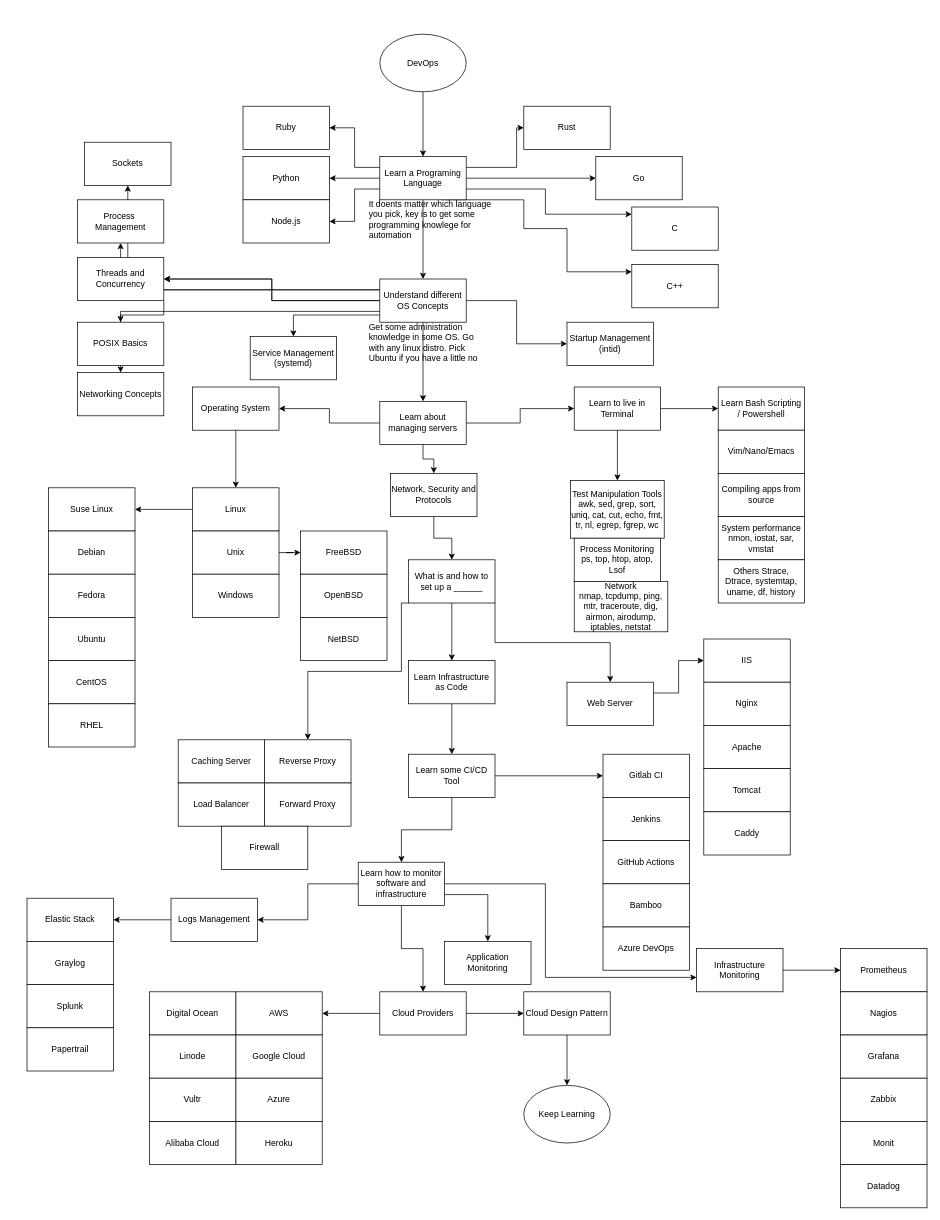
jibonilla03/DrawIO keeps this draw.io diagram as Untitled Diagram.drawio. Above is the earlier version. Source tidied: cells renumbered, new cells numbered last; positions are measured from the earlier drawing's top-left corner, leaving out a move shared by most shapes. Both pictures are drawn from the tidied source at 72%, with x=0, y=0 at pixel (27, 34).
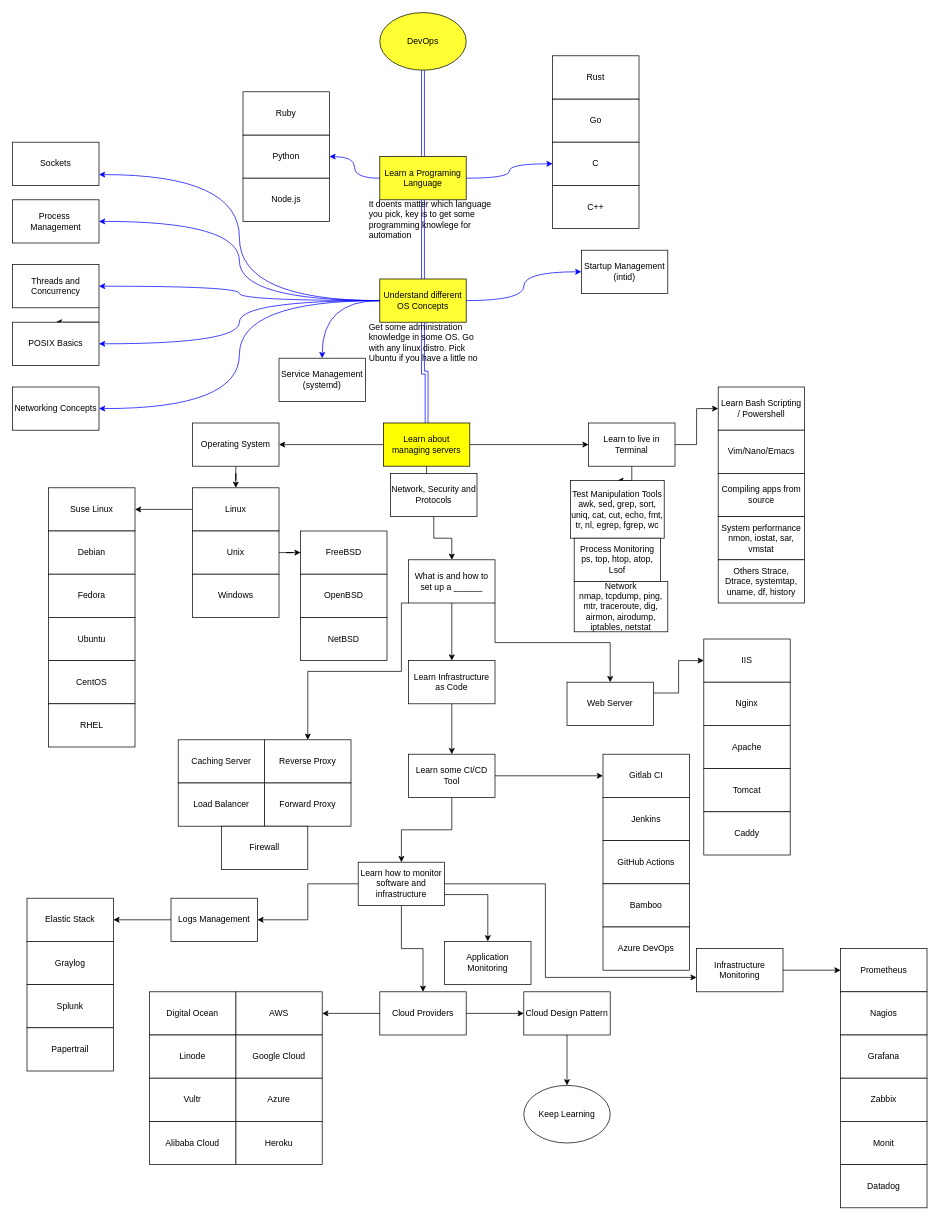
After the change.

The edit, as a diff of the source:
```diff
@@
-    <mxCell id="2" style="edgeStyle=orthogonalEdgeStyle;rounded=0;jettySize=auto;html=1;" parent="1" edge="1" source="3" target="12">
+    <mxCell id="2" style="edgeStyle=orthogonalEdgeStyle;rounded=0;jettySize=auto;html=1;strokeColor=#0000FF;shape=link;curved=1;" parent="1" edge="1" source="3" target="12">
       <mxGeometry relative="1" as="geometry" />
     </mxCell>
-    <mxCell id="3" value="DevOps" style="ellipse;whiteSpace=wrap;html=1;" parent="1" vertex="1">
-      <mxGeometry x="490" width="120" height="80" as="geometry" />
+    <mxCell id="3" value="DevOps" style="ellipse;whiteSpace=wrap;html=1;fillColor=#FFFF33;" parent="1" vertex="1">
+      <mxGeometry x="490" y="-30" width="120" height="80" as="geometry" />
     </mxCell>
-    <mxCell id="4" style="edgeStyle=orthogonalEdgeStyle;rounded=0;jettySize=auto;html=1;" parent="1" edge="1" source="12" target="21">
+    <mxCell id="4" style="edgeStyle=orthogonalEdgeStyle;rounded=0;jettySize=auto;html=1;strokeColor=#0000FF;shape=link;curved=1;" parent="1" edge="1" source="12" target="21">
       <mxGeometry relative="1" as="geometry" />
     </mxCell>
-    <mxCell id="5" style="edgeStyle=orthogonalEdgeStyle;rounded=0;jettySize=auto;html=1;" parent="1" edge="1" source="12" target="58">
+    <mxCell id="5" style="edgeStyle=orthogonalEdgeStyle;rounded=0;jettySize=auto;html=1;strokeColor=#0000FF;curved=1;" parent="1" edge="1" source="12" target="58">
       <mxGeometry relative="1" as="geometry" />
     </mxCell>
-    <mxCell id="6" style="edgeStyle=orthogonalEdgeStyle;rounded=0;jettySize=auto;html=1;exitX=0;exitY=0.25;exitDx=0;exitDy=0;entryX=1;entryY=0.5;entryDx=0;entryDy=0;" parent="1" edge="1" source="12" target="59">
-      <mxGeometry relative="1" as="geometry" />
-    </mxCell>
-    <mxCell id="7" style="edgeStyle=orthogonalEdgeStyle;rounded=0;jettySize=auto;html=1;exitX=0;exitY=0.75;exitDx=0;exitDy=0;" parent="1" edge="1" source="12" target="60">
-      <mxGeometry relative="1" as="geometry" />
-    </mxCell>
-    <mxCell id="8" style="edgeStyle=orthogonalEdgeStyle;rounded=0;jettySize=auto;html=1;" parent="1" edge="1" source="12" target="61">
+    <mxCell id="8" style="edgeStyle=orthogonalEdgeStyle;rounded=0;jettySize=auto;html=1;entryX=0;entryY=0.5;entryDx=0;entryDy=0;strokeColor=#0000FF;curved=1;" parent="1" edge="1" source="12" target="63">
       <mxGeometry relative="1" as="geometry" />
     </mxCell>
-    <mxCell id="9" style="edgeStyle=orthogonalEdgeStyle;rounded=0;jettySize=auto;html=1;exitX=1;exitY=0.25;exitDx=0;exitDy=0;" parent="1" edge="1" source="12" target="62">
-      <mxGeometry relative="1" as="geometry">
-        <Array as="points">
-          <mxPoint x="680" y="185" />
-          <mxPoint x="680" y="130" />
-        </Array>
-      </mxGeometry>
-    </mxCell>
-    <mxCell id="10" style="edgeStyle=orthogonalEdgeStyle;rounded=0;jettySize=auto;html=1;exitX=1;exitY=0.75;exitDx=0;exitDy=0;" parent="1" edge="1" source="12" target="63">
-      <mxGeometry relative="1" as="geometry">
-        <Array as="points">
-          <mxPoint x="720" y="215" />
-          <mxPoint x="720" y="250" />
-        </Array>
-      </mxGeometry>
-    </mxCell>
-    <mxCell id="11" style="edgeStyle=orthogonalEdgeStyle;rounded=0;jettySize=auto;html=1;exitX=0.75;exitY=1;exitDx=0;exitDy=0;" parent="1" edge="1" source="12" target="64">
-      <mxGeometry relative="1" as="geometry">
-        <Array as="points">
-          <mxPoint x="690" y="230" />
-          <mxPoint x="690" y="270" />
-          <mxPoint x="750" y="270" />
-          <mxPoint x="750" y="330" />
-        </Array>
-      </mxGeometry>
-    </mxCell>
-    <mxCell id="12" value="Learn a Programing Language" style="whiteSpace=wrap;html=1;" parent="1" vertex="1">
+    <mxCell id="12" value="Learn a Programing Language" style="whiteSpace=wrap;html=1;fillColor=#FFFF33;" parent="1" vertex="1">
       <mxGeometry x="490" y="170" width="120" height="60" as="geometry" />
     </mxCell>
-    <mxCell id="13" style="edgeStyle=orthogonalEdgeStyle;rounded=0;jettySize=auto;html=1;" parent="1" edge="1" source="21" target="25">
+    <mxCell id="13" style="edgeStyle=orthogonalEdgeStyle;rounded=0;jettySize=auto;html=1;strokeColor=#0000FF;shape=link;" parent="1" edge="1" source="21" target="25">
       <mxGeometry relative="1" as="geometry" />
     </mxCell>
-    <mxCell id="14" style="edgeStyle=orthogonalEdgeStyle;rounded=0;jettySize=auto;html=1;" parent="1" edge="1" source="21" target="65">
+    <mxCell id="14" style="edgeStyle=orthogonalEdgeStyle;rounded=0;jettySize=auto;html=1;curved=1;strokeColor=#0000FF;" parent="1" edge="1" source="21" target="65">
       <mxGeometry relative="1" as="geometry" />
     </mxCell>
-    <mxCell id="15" style="edgeStyle=orthogonalEdgeStyle;rounded=0;jettySize=auto;html=1;" parent="1" edge="1" source="21" target="66">
-      <mxGeometry relative="1" as="geometry">
-        <Array as="points">
-          <mxPoint x="370" y="390" />
-        </Array>
-      </mxGeometry>
+    <mxCell id="15" style="edgeStyle=orthogonalEdgeStyle;rounded=0;jettySize=auto;html=1;curved=1;strokeColor=#0000FF;" parent="1" edge="1" source="21" target="66">
+      <mxGeometry relative="1" as="geometry" />
     </mxCell>
+    <mxCell id="19" style="edgeStyle=orthogonalEdgeStyle;rounded=0;jettySize=auto;html=1;exitX=1;exitY=1;exitDx=0;exitDy=0;" parent="1" edge="1" source="72" target="71">
+      <mxGeometry relative="1" as="geometry" />
+    </mxCell>
+    <mxCell id="18" style="edgeStyle=orthogonalEdgeStyle;curved=1;rounded=0;jettySize=auto;html=1;exitX=0;exitY=0.5;exitDx=0;exitDy=0;entryX=1;entryY=0.75;entryDx=0;entryDy=0;strokeColor=#0000FF;" parent="1" edge="1" source="21" target="70">
+      <mxGeometry relative="1" as="geometry" />
+    </mxCell>
-    <mxCell id="16" style="edgeStyle=orthogonalEdgeStyle;rounded=0;jettySize=auto;html=1;exitX=0;exitY=0.25;exitDx=0;exitDy=0;" parent="1" edge="1" source="21" target="69">
+    <mxCell id="16" style="edgeStyle=orthogonalEdgeStyle;curved=1;rounded=0;jettySize=auto;html=1;exitX=0;exitY=0.5;exitDx=0;exitDy=0;entryX=1;entryY=0.5;entryDx=0;entryDy=0;strokeColor=#0000FF;" parent="1" edge="1" source="21" target="69">
       <mxGeometry relative="1" as="geometry" />
     </mxCell>
-    <mxCell id="17" style="edgeStyle=orthogonalEdgeStyle;rounded=0;jettySize=auto;html=1;exitX=0;exitY=0.5;exitDx=0;exitDy=0;" parent="1" edge="1" source="21" target="72">
-      <mxGeometry relative="1" as="geometry" />
-    </mxCell>
-    <mxCell id="18" style="edgeStyle=orthogonalEdgeStyle;rounded=0;jettySize=auto;html=1;exitX=0;exitY=0.25;exitDx=0;exitDy=0;" parent="1" edge="1" source="21" target="70">
-      <mxGeometry relative="1" as="geometry" />
-    </mxCell>
-    <mxCell id="19" style="edgeStyle=orthogonalEdgeStyle;rounded=0;jettySize=auto;html=1;exitX=1;exitY=1;exitDx=0;exitDy=0;" parent="1" edge="1" source="72" target="71">
-      <mxGeometry relative="1" as="geometry" />
-    </mxCell>
+    <mxCell id="132" style="edgeStyle=orthogonalEdgeStyle;curved=1;rounded=0;jettySize=auto;html=1;exitX=0;exitY=0.5;exitDx=0;exitDy=0;entryX=1;entryY=0.5;entryDx=0;entryDy=0;strokeColor=#0000FF;" parent="1" edge="1" source="21" target="72">
+      <mxGeometry relative="1" as="geometry" />
+    </mxCell>
+    <mxCell id="133" style="edgeStyle=orthogonalEdgeStyle;curved=1;rounded=0;jettySize=auto;html=1;exitX=0;exitY=0.5;exitDx=0;exitDy=0;entryX=1;entryY=0.5;entryDx=0;entryDy=0;strokeColor=#0000FF;" parent="1" edge="1" source="21" target="71">
+      <mxGeometry relative="1" as="geometry" />
+    </mxCell>
-    <mxCell id="20" style="edgeStyle=orthogonalEdgeStyle;rounded=0;jettySize=auto;html=1;exitX=0;exitY=0.75;exitDx=0;exitDy=0;" parent="1" edge="1" source="21" target="74">
+    <mxCell id="20" style="edgeStyle=orthogonalEdgeStyle;curved=1;rounded=0;jettySize=auto;html=1;exitX=0;exitY=0.5;exitDx=0;exitDy=0;entryX=1;entryY=0.5;entryDx=0;entryDy=0;strokeColor=#0000FF;" parent="1" edge="1" source="21" target="74">
       <mxGeometry relative="1" as="geometry" />
     </mxCell>
-    <mxCell id="21" value="Understand different OS Concepts" style="whiteSpace=wrap;html=1;" parent="1" vertex="1">
+    <mxCell id="21" value="Understand different OS Concepts" style="whiteSpace=wrap;html=1;fillColor=#FFFF33;" parent="1" vertex="1">
       <mxGeometry x="490" y="340" width="120" height="60" as="geometry" />
     </mxCell>
@@
-    <mxCell id="25" value="Learn about managing servers" style="whiteSpace=wrap;html=1;" parent="1" vertex="1">
-      <mxGeometry x="490" y="510" width="120" height="60" as="geometry" />
+    <mxCell id="25" value="Learn about managing servers" style="whiteSpace=wrap;html=1;fillColor=#FFFF00;" parent="1" vertex="1">
+      <mxGeometry x="495" y="540" width="120" height="60" as="geometry" />
     </mxCell>
@@
     <mxCell id="27" value="Operating System" style="whiteSpace=wrap;html=1;" parent="1" vertex="1">
-      <mxGeometry x="230" y="490" width="120" height="60" as="geometry" />
+      <mxGeometry x="230" y="540" width="120" height="60" as="geometry" />
     </mxCell>
@@
     <mxCell id="30" value="Learn to live in Terminal" style="whiteSpace=wrap;html=1;" parent="1" vertex="1">
-      <mxGeometry x="760" y="490" width="120" height="60" as="geometry" />
+      <mxGeometry x="780" y="540" width="120" height="60" as="geometry" />
     </mxCell>
@@
     <mxCell id="58" value="Python" style="whiteSpace=wrap;html=1;" parent="1" vertex="1">
-      <mxGeometry x="300" y="170" width="120" height="60" as="geometry" />
+      <mxGeometry x="300" y="140" width="120" height="60" as="geometry" />
     </mxCell>
     <mxCell id="59" value="Ruby" style="rounded=0;whiteSpace=wrap;html=1;" parent="1" vertex="1">
-      <mxGeometry x="300" y="100" width="120" height="60" as="geometry" />
+      <mxGeometry x="300" y="80" width="120" height="60" as="geometry" />
     </mxCell>
     <mxCell id="60" value="Node.js" style="rounded=0;whiteSpace=wrap;html=1;" parent="1" vertex="1">
-      <mxGeometry x="300" y="230" width="120" height="60" as="geometry" />
+      <mxGeometry x="300" y="200" width="120" height="60" as="geometry" />
     </mxCell>
     <mxCell id="61" value="Go" style="whiteSpace=wrap;html=1;" parent="1" vertex="1">
-      <mxGeometry x="790" y="170" width="120" height="60" as="geometry" />
+      <mxGeometry x="730" y="90" width="120" height="60" as="geometry" />
     </mxCell>
     <mxCell id="62" value="Rust" style="rounded=0;whiteSpace=wrap;html=1;" parent="1" vertex="1">
-      <mxGeometry x="690" y="100" width="120" height="60" as="geometry" />
+      <mxGeometry x="730" y="30" width="120" height="60" as="geometry" />
     </mxCell>
     <mxCell id="63" value="C" style="rounded=0;whiteSpace=wrap;html=1;" parent="1" vertex="1">
-      <mxGeometry x="840" y="240" width="120" height="60" as="geometry" />
+      <mxGeometry x="730" y="150" width="120" height="60" as="geometry" />
     </mxCell>
     <mxCell id="64" value="C++" style="rounded=0;whiteSpace=wrap;html=1;" parent="1" vertex="1">
-      <mxGeometry x="840" y="320" width="120" height="60" as="geometry" />
+      <mxGeometry x="730" y="210" width="120" height="60" as="geometry" />
     </mxCell>
     <mxCell id="65" value="Startup Management (intid)" style="whiteSpace=wrap;html=1;" parent="1" vertex="1">
-      <mxGeometry x="750" y="400" width="120" height="60" as="geometry" />
+      <mxGeometry x="770" y="300" width="120" height="60" as="geometry" />
     </mxCell>
     <mxCell id="66" value="Service Management (systemd)" style="whiteSpace=wrap;html=1;" parent="1" vertex="1">
-      <mxGeometry x="310" y="420" width="120" height="60" as="geometry" />
+      <mxGeometry x="350" y="450" width="120" height="60" as="geometry" />
     </mxCell>
@@
-    <mxCell id="69" value="Process&amp;nbsp; Management" style="rounded=0;whiteSpace=wrap;html=1;" parent="1" vertex="1">
-      <mxGeometry x="70" y="230" width="120" height="60" as="geometry" />
-    </mxCell>
     <mxCell id="70" value="Sockets" style="rounded=0;whiteSpace=wrap;html=1;" parent="1" vertex="1">
-      <mxGeometry x="80" y="150" width="120" height="60" as="geometry" />
+      <mxGeometry x="-20" y="150" width="120" height="60" as="geometry" />
     </mxCell>
-    <mxCell id="71" value="POSIX Basics" style="rounded=0;whiteSpace=wrap;html=1;" parent="1" vertex="1">
-      <mxGeometry x="70" y="400" width="120" height="60" as="geometry" />
-    </mxCell>
-    <mxCell id="72" value="Threads and Concurrency" style="rounded=0;whiteSpace=wrap;html=1;" parent="1" vertex="1">
-      <mxGeometry x="70" y="310" width="120" height="60" as="geometry" />
-    </mxCell>
-    <mxCell id="73" style="edgeStyle=orthogonalEdgeStyle;rounded=0;jettySize=auto;html=1;exitX=0;exitY=0.5;exitDx=0;exitDy=0;" parent="1" edge="1" source="21" target="72">
-      <mxGeometry relative="1" as="geometry" />
-    </mxCell>
     <mxCell id="74" value="Networking Concepts" style="rounded=0;whiteSpace=wrap;html=1;" parent="1" vertex="1">
-      <mxGeometry x="70" y="470" width="120" height="60" as="geometry" />
+      <mxGeometry x="-20" y="490" width="120" height="60" as="geometry" />
     </mxCell>
@@
+    <mxCell id="71" value="POSIX Basics" style="rounded=0;whiteSpace=wrap;html=1;" parent="1" vertex="1">
+      <mxGeometry x="-20" y="400" width="120" height="60" as="geometry" />
+    </mxCell>
+    <mxCell id="69" value="Process&amp;nbsp; Management" style="rounded=0;whiteSpace=wrap;html=1;" parent="1" vertex="1">
+      <mxGeometry x="-20" y="230" width="120" height="60" as="geometry" />
+    </mxCell>
+    <mxCell id="72" value="Threads and Concurrency" style="rounded=0;whiteSpace=wrap;html=1;" parent="1" vertex="1">
+      <mxGeometry x="-20" y="320" width="120" height="60" as="geometry" />
+    </mxCell>
```
